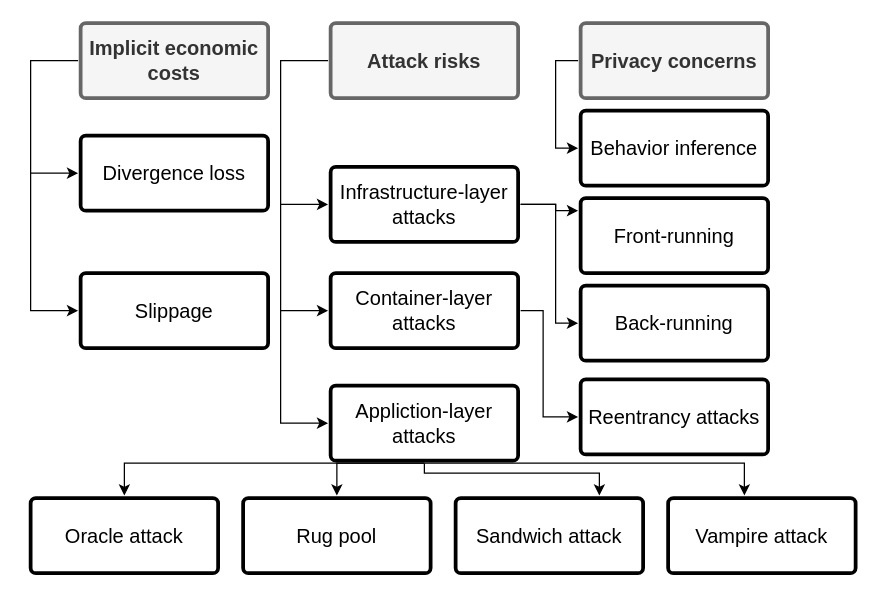
xujiahuayz/bondingcurves keeps this draw.io diagram as page "security" (4 of 5) of assets/amm-pool.drawio. Above is the earlier version. Source tidied: cells renumbered, new cells numbered last; positions are measured from the earlier drawing's top-left corner, leaving out a move shared by most shapes. Both pictures are drawn from the tidied source at 125%, with x=0, y=0 at pixel (30, 22).
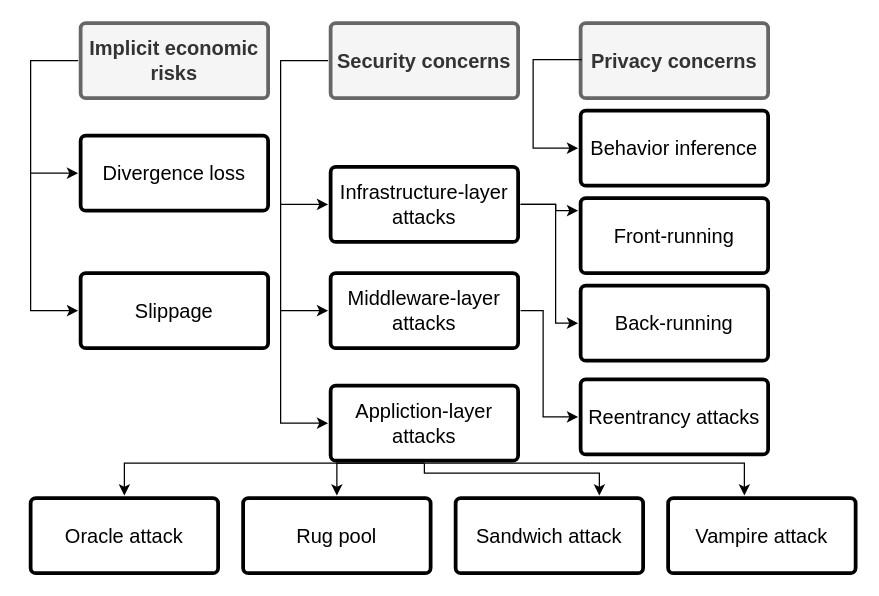
The same page after the edit.

Unchanged cells that the change refers to:
```xml
<mxCell id="9" value="Privacy concerns" style="rounded=1;whiteSpace=wrap;html=1;shadow=0;labelBackgroundColor=none;strokeWidth=3;fontFamily=Helvetica;fontSize=16;align=center;spacing=5;fontStyle=1;arcSize=7;perimeterSpacing=2;fillColor=#f5f5f5;strokeColor=#666666;fontColor=#333333;" parent="1" vertex="1">
  <mxGeometry x="440" width="150" height="60" as="geometry" />
</mxCell>
<mxCell id="30" value="Behavior inference" style="rounded=1;whiteSpace=wrap;html=1;shadow=0;labelBackgroundColor=none;strokeWidth=3;fontFamily=Helvetica;fontSize=16;align=center;spacing=5;arcSize=7;perimeterSpacing=2;" parent="1" vertex="1">
  <mxGeometry x="440" y="70" width="150" height="60" as="geometry" />
</mxCell>
```

What changed in the source:
```diff
@@
-    <mxCell id="3" value="Implicit economic costs" style="rounded=1;whiteSpace=wrap;html=1;shadow=0;labelBackgroundColor=none;strokeWidth=3;fontFamily=Helvetica;fontSize=16;align=center;spacing=5;fontStyle=1;arcSize=7;perimeterSpacing=2;fillColor=#f5f5f5;strokeColor=#666666;fontColor=#333333;" parent="1" vertex="1">
+    <mxCell id="3" value="Implicit economic risks" style="rounded=1;whiteSpace=wrap;html=1;shadow=0;labelBackgroundColor=none;strokeWidth=3;fontFamily=Helvetica;fontSize=16;align=center;spacing=5;fontStyle=1;arcSize=7;perimeterSpacing=2;fillColor=#f5f5f5;strokeColor=#666666;fontColor=#333333;" parent="1" vertex="1">
       <mxGeometry x="40" width="150" height="60" as="geometry" />
     </mxCell>
@@
-    <mxCell id="8" style="edgeStyle=orthogonalEdgeStyle;rounded=0;jettySize=auto;html=1;exitX=0;exitY=0.5;exitDx=0;exitDy=0;" parent="1" edge="1" source="9">
-      <mxGeometry relative="1" as="geometry">
-        <mxPoint x="438" y="100" as="targetPoint" />
-        <Array as="points">
-          <mxPoint x="420" y="30" />
-          <mxPoint x="420" y="100" />
-        </Array>
-      </mxGeometry>
-    </mxCell>
@@
-    <mxCell id="12" value="Attack risks" style="rounded=1;whiteSpace=wrap;html=1;shadow=0;labelBackgroundColor=none;strokeWidth=3;fontFamily=Helvetica;fontSize=16;align=center;spacing=5;fontStyle=1;arcSize=7;perimeterSpacing=2;fillColor=#f5f5f5;strokeColor=#666666;fontColor=#333333;" parent="1" vertex="1">
+    <mxCell id="12" value="Security concerns" style="rounded=1;whiteSpace=wrap;html=1;shadow=0;labelBackgroundColor=none;strokeWidth=3;fontFamily=Helvetica;fontSize=16;align=center;spacing=5;fontStyle=1;arcSize=7;perimeterSpacing=2;fillColor=#f5f5f5;strokeColor=#666666;fontColor=#333333;" parent="1" vertex="1">
       <mxGeometry x="240" width="150" height="60" as="geometry" />
     </mxCell>
@@
-    <mxCell id="28" value="Container-layer attacks" style="rounded=1;whiteSpace=wrap;html=1;shadow=0;labelBackgroundColor=none;strokeWidth=3;fontFamily=Helvetica;fontSize=16;align=center;spacing=5;fontStyle=0;arcSize=7;perimeterSpacing=2;" parent="1" vertex="1">
+    <mxCell id="28" value="Middleware-layer attacks" style="rounded=1;whiteSpace=wrap;html=1;shadow=0;labelBackgroundColor=none;strokeWidth=3;fontFamily=Helvetica;fontSize=16;align=center;spacing=5;fontStyle=0;arcSize=7;perimeterSpacing=2;" parent="1" vertex="1">
       <mxGeometry x="240" y="200" width="150" height="60" as="geometry" />
     </mxCell>
@@
+    <mxCell id="31" style="edgeStyle=orthogonalEdgeStyle;rounded=0;jettySize=auto;html=1;exitX=0.019;exitY=0.488;exitDx=0;exitDy=0;labelBackgroundColor=none;exitPerimeter=0;" parent="1" edge="1" source="9" target="30">
+      <mxGeometry relative="1" as="geometry">
+        <Array as="points">
+          <mxPoint x="402" y="29" />
+          <mxPoint x="402" y="100" />
+        </Array>
+      </mxGeometry>
+    </mxCell>
```
